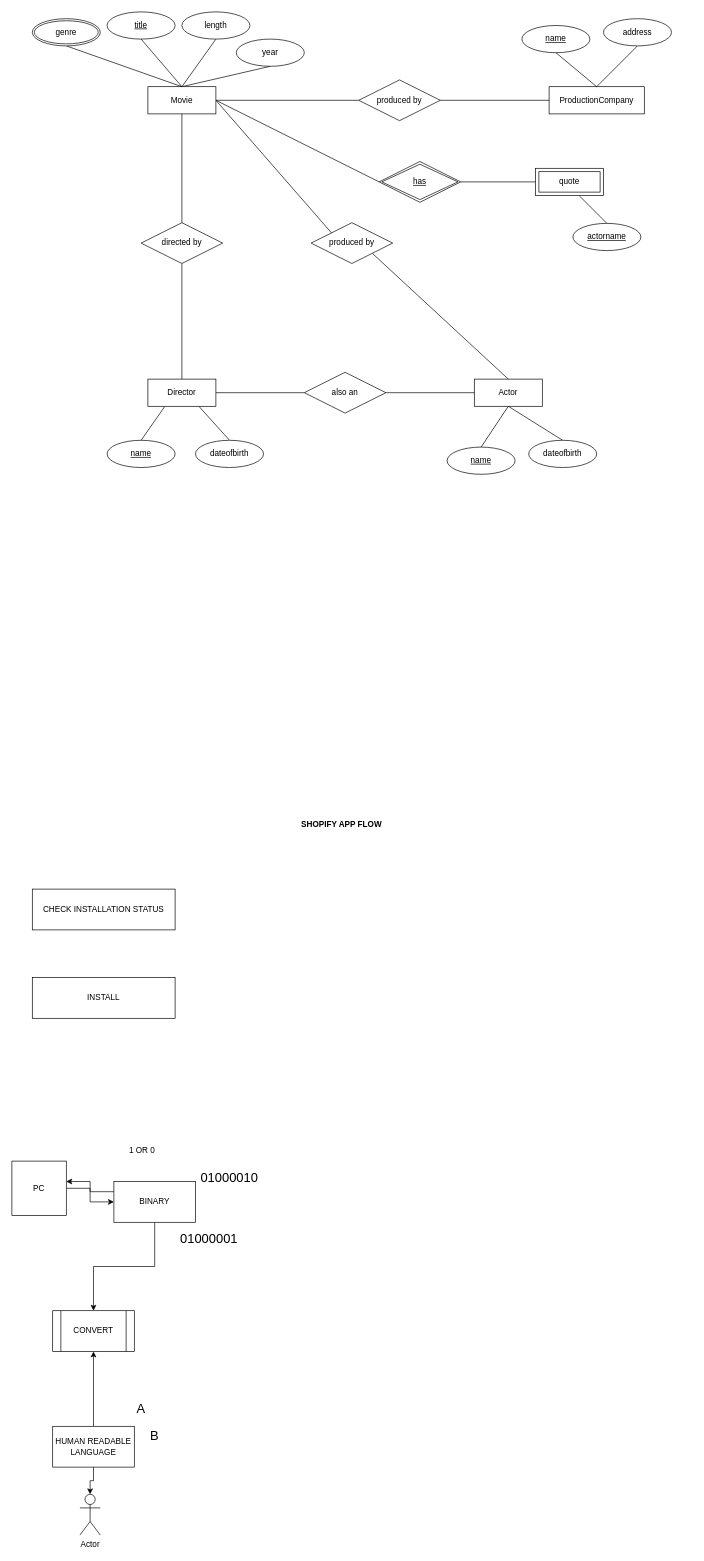
The draw.io diagram Untitled Diagram.drawio in genmancoder/systems-diagrams, before the edit. Source tidied: cells renumbered, new cells numbered last; positions are measured from the earlier drawing's top-left corner, leaving out a move shared by most shapes. Both pictures are drawn from the tidied source at 68%, with x=0, y=0 at pixel (12, 12).
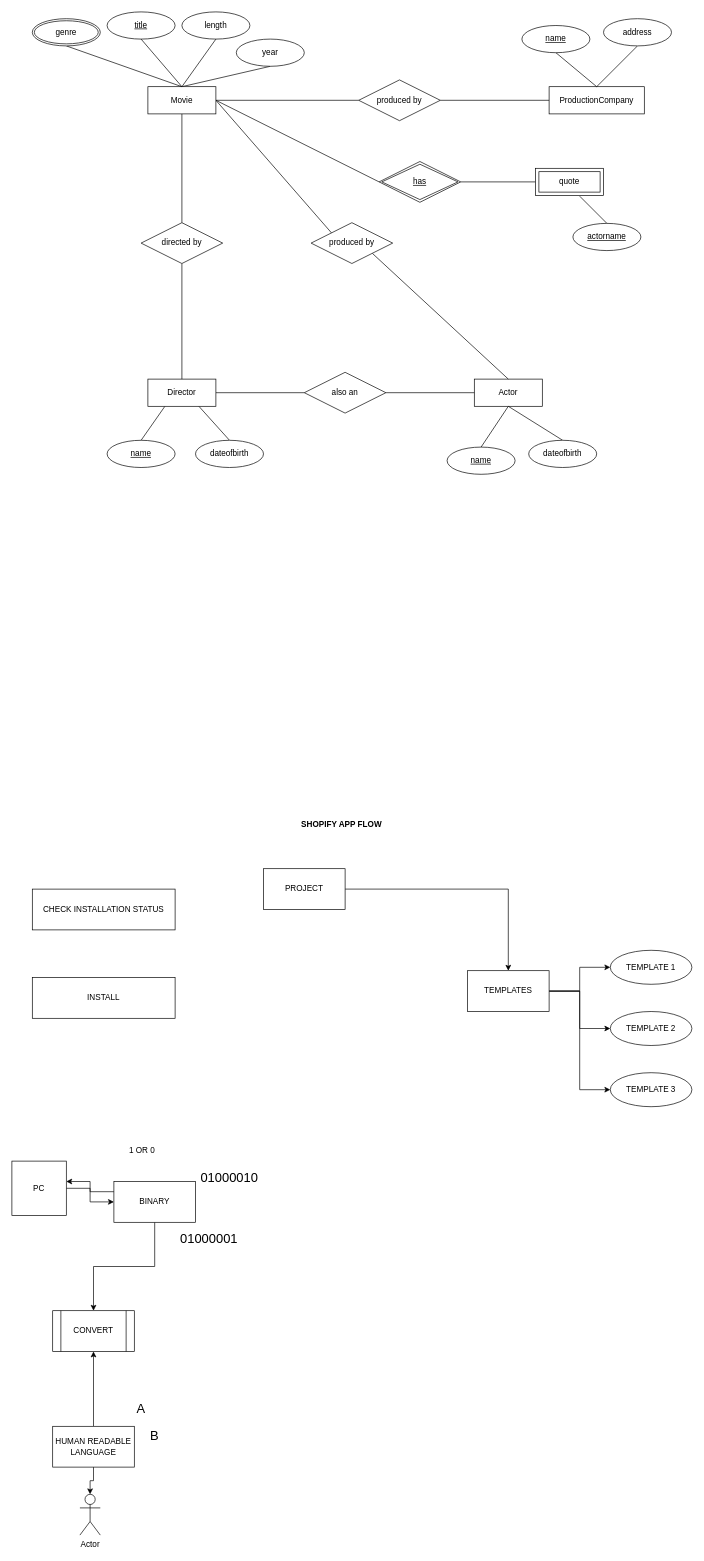
Above is the later version.

Diff of the diagram source:
```diff
@@
+    <mxCell id="62" style="edgeStyle=orthogonalEdgeStyle;rounded=0;jettySize=auto;html=1;" parent="1" edge="1" source="63" target="67">
+      <mxGeometry relative="1" as="geometry" />
+    </mxCell>
+    <mxCell id="63" value="PROJECT" style="rounded=0;whiteSpace=wrap;html=1;" parent="1" vertex="1">
+      <mxGeometry x="370" y="1260" width="120" height="60" as="geometry" />
+    </mxCell>
+    <mxCell id="64" style="edgeStyle=orthogonalEdgeStyle;rounded=0;jettySize=auto;html=1;exitX=1;exitY=0.5;exitDx=0;exitDy=0;entryX=0;entryY=0.5;entryDx=0;entryDy=0;" parent="1" edge="1" source="67" target="68">
+      <mxGeometry relative="1" as="geometry" />
+    </mxCell>
+    <mxCell id="65" style="edgeStyle=orthogonalEdgeStyle;rounded=0;jettySize=auto;html=1;entryX=0;entryY=0.5;entryDx=0;entryDy=0;" parent="1" edge="1" source="67" target="69">
+      <mxGeometry relative="1" as="geometry" />
+    </mxCell>
+    <mxCell id="66" style="edgeStyle=orthogonalEdgeStyle;rounded=0;jettySize=auto;html=1;exitX=1;exitY=0.5;exitDx=0;exitDy=0;entryX=0;entryY=0.5;entryDx=0;entryDy=0;" parent="1" edge="1" source="67" target="70">
+      <mxGeometry relative="1" as="geometry" />
+    </mxCell>
+    <mxCell id="67" value="TEMPLATES" style="rounded=0;whiteSpace=wrap;html=1;" parent="1" vertex="1">
+      <mxGeometry x="670" y="1410" width="120" height="60" as="geometry" />
+    </mxCell>
+    <mxCell id="68" value="TEMPLATE 1" style="ellipse;whiteSpace=wrap;html=1;" parent="1" vertex="1">
+      <mxGeometry x="880" y="1380" width="120" height="50" as="geometry" />
+    </mxCell>
+    <mxCell id="69" value="TEMPLATE 2" style="ellipse;whiteSpace=wrap;html=1;" parent="1" vertex="1">
+      <mxGeometry x="880" y="1470" width="120" height="50" as="geometry" />
+    </mxCell>
+    <mxCell id="70" value="TEMPLATE 3" style="ellipse;whiteSpace=wrap;html=1;" parent="1" vertex="1">
+      <mxGeometry x="880" y="1560" width="120" height="50" as="geometry" />
+    </mxCell>
```
